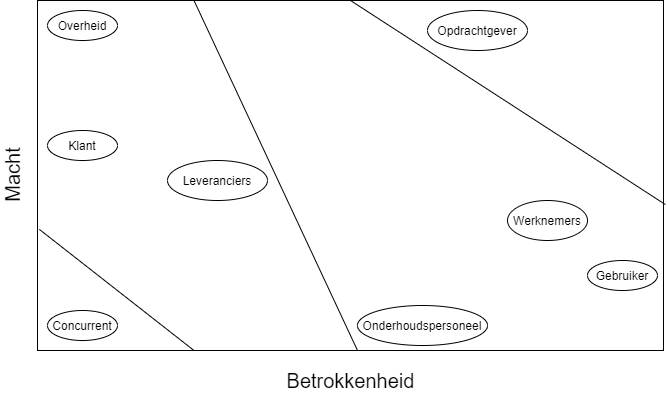
Earlier version of the draw.io export Stakeholders/Images/invloed-betrokkenheids grafiek.png (ASCanak/SysEn). Source tidied: cells renumbered, new cells last; positions are measured from the earlier drawing's top-left corner, leaving out a move shared by most shapes.
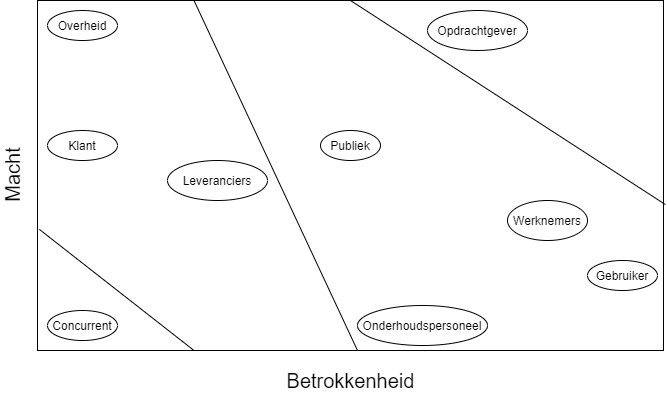
Later version of the same file.

Commit message:
corrected stakeholder models

Corrected the stakeholder models based on the interview.

Change to the diagram source:
```diff
@@ -46,5 +46,8 @@
     <mxCell id="15" style="endArrow=none;html=1;exitX=0.003;exitY=0.654;exitDx=0;exitDy=0;exitPerimeter=0;entryX=0.25;entryY=1;entryDx=0;entryDy=0;" parent="1" edge="1" source="2" target="2">
       <mxGeometry relative="1" as="geometry" />
     </mxCell>
+    <mxCell id="16" value="Publiek" style="ellipse;whiteSpace=wrap;html=1;" parent="1" vertex="1">
+      <mxGeometry x="343" y="130" width="60" height="30" as="geometry" />
+    </mxCell>
   </root>
 </mxGraphModel>
```
